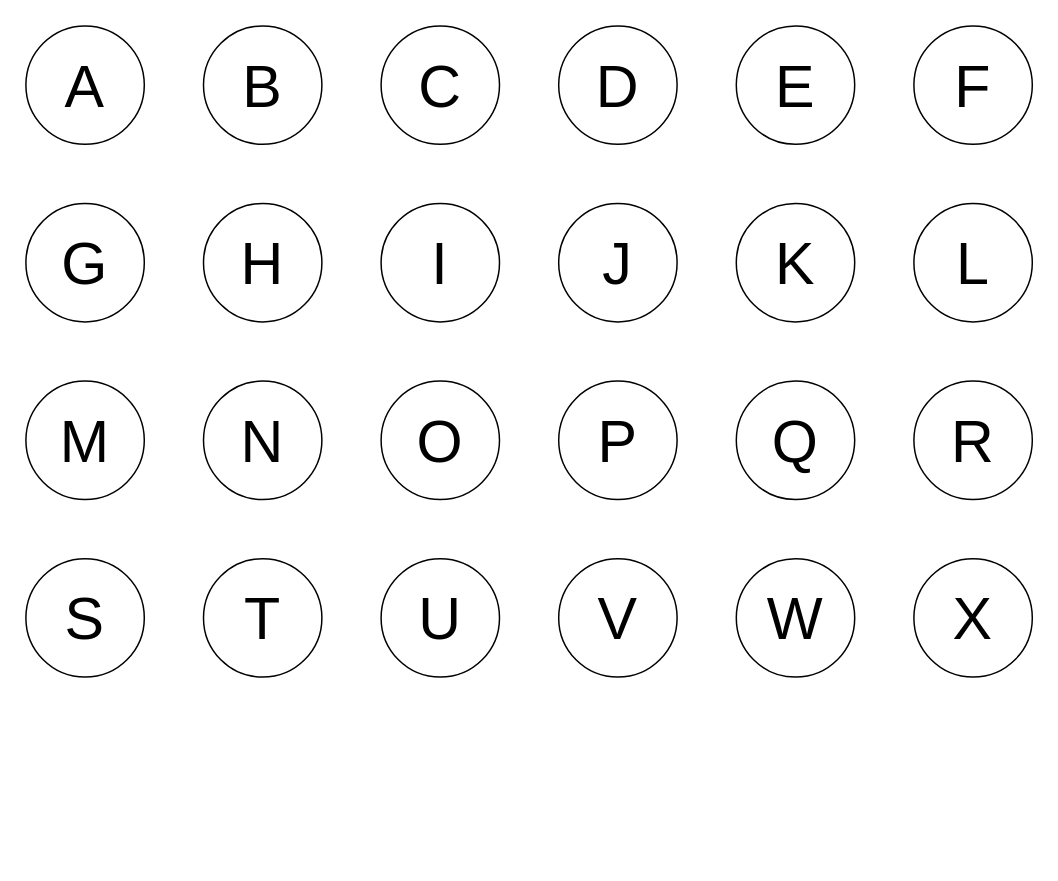
Above: feature/ММПР_когнитивная_карта.drawio in ShiryaevNikolay/diagrams (draw.io), before the change. Source tidied: cells renumbered, new cells numbered last; positions are measured from the earlier drawing's top-left corner, leaving out a move shared by most shapes. Both pictures are drawn from the tidied source at 148%, with x=0, y=0 at pixel (25, 25).
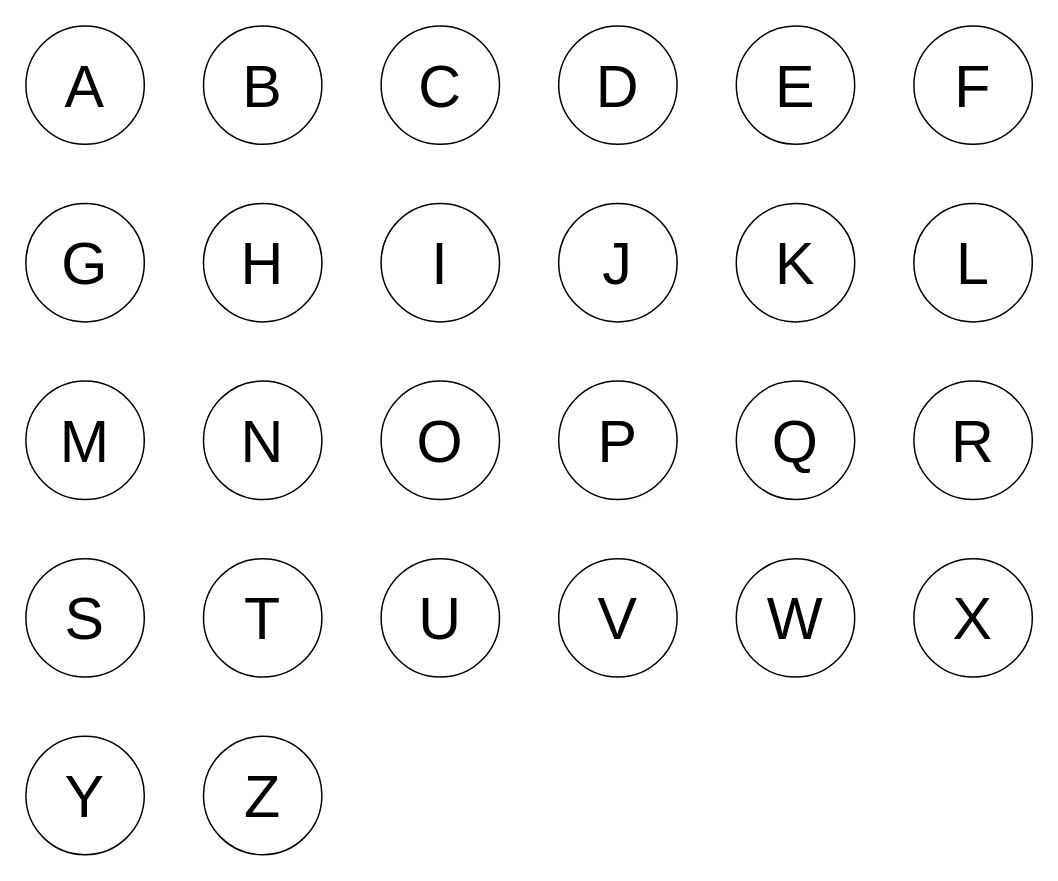
The same diagram, later.

The edit, as a diff of the source:
```diff
@@
+    <mxCell id="26" value="&lt;span style=&quot;font-size: 40px;&quot;&gt;Y&lt;br&gt;&lt;/span&gt;" style="ellipse;whiteSpace=wrap;html=1;" parent="1" vertex="1">
+      <mxGeometry y="480" width="80" height="80" as="geometry" />
+    </mxCell>
+    <mxCell id="27" value="&lt;span style=&quot;font-size: 40px;&quot;&gt;Z&lt;br&gt;&lt;/span&gt;" style="ellipse;whiteSpace=wrap;html=1;" parent="1" vertex="1">
+      <mxGeometry x="120" y="480" width="80" height="80" as="geometry" />
+    </mxCell>
```
